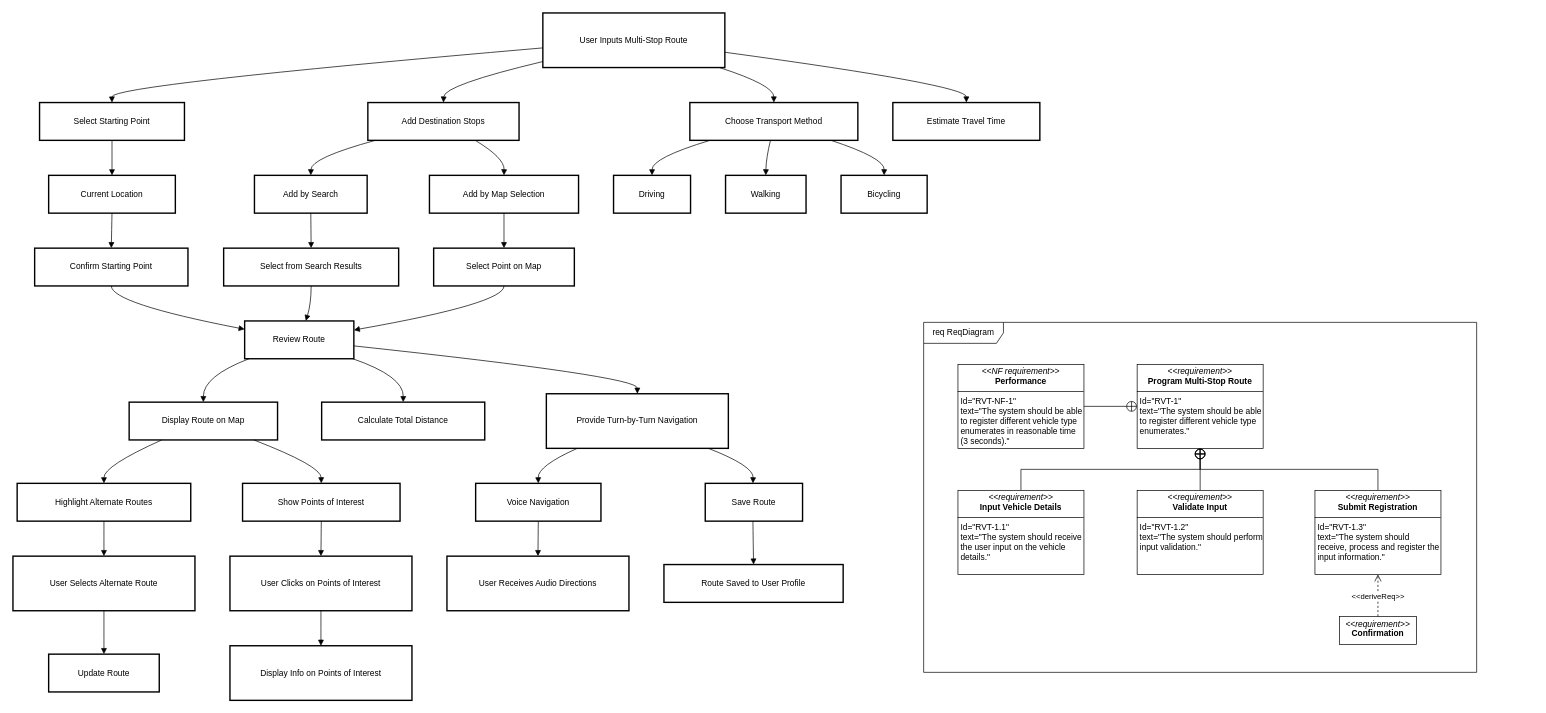
This is Diagrams/Requirement/Lamy/multi-stop route.drawio from luislamy/msp, a draw.io file, before an edit. Source tidied: cells renumbered, new cells numbered last; positions are measured from the earlier drawing's top-left corner, leaving out a move shared by most shapes. Both pictures are drawn from the tidied source at 70%, with x=0, y=0 at pixel (13, 13).
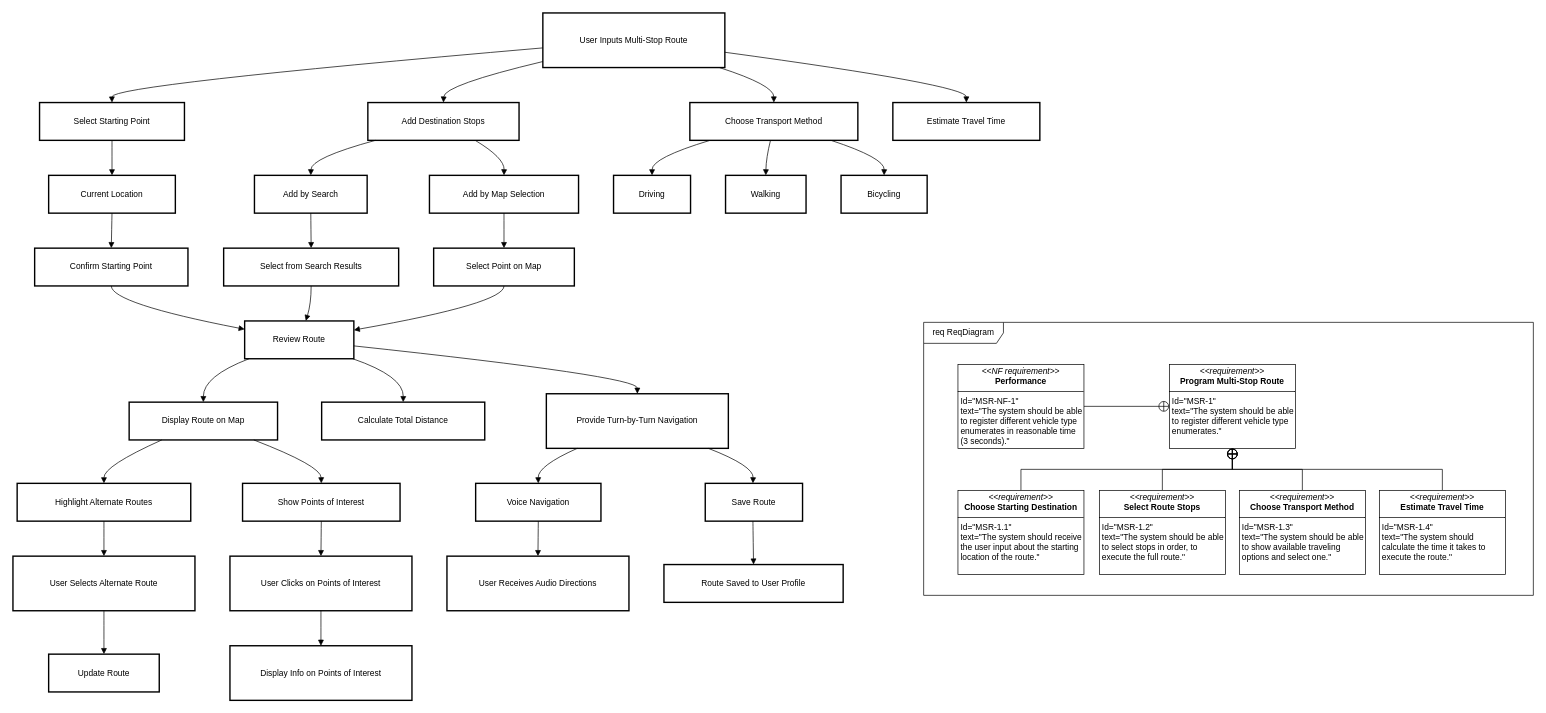
After the change.

The edit, as a diff of the source:
```diff
@@
     <mxCell id="59" value="req ReqDiagram" style="shape=umlFrame;whiteSpace=wrap;html=1;width=114;height=30;" parent="1" vertex="1">
-      <mxGeometry x="1301" y="442" width="790" height="500" as="geometry" />
+      <mxGeometry x="1301" y="442" width="871" height="390" as="geometry" />
     </mxCell>
-    <mxCell id="60" value="&lt;p style=&quot;margin:0px;margin-top:4px;text-align:center;&quot;&gt;&lt;i&gt;&amp;lt;&amp;lt;requirement&amp;gt;&amp;gt;&lt;/i&gt;&lt;br&gt;&lt;b&gt;Program Multi-Stop Route&lt;/b&gt;&lt;/p&gt;&lt;hr size=&quot;1&quot; style=&quot;border-style:solid;&quot;&gt;&lt;p style=&quot;margin:0px;margin-left:4px;&quot;&gt;Id=&quot;RVT-1&quot;&lt;/p&gt;&lt;p style=&quot;margin:0px;margin-left:4px;&quot;&gt;text=&quot;The system should be able to register different vehicle type enumerates.&quot;&lt;/p&gt;" style="verticalAlign=top;align=left;overflow=fill;html=1;whiteSpace=wrap;" parent="1" vertex="1">
-      <mxGeometry x="1606" y="502" width="180" height="120" as="geometry" />
+    <mxCell id="60" value="&lt;p style=&quot;margin:0px;margin-top:4px;text-align:center;&quot;&gt;&lt;i&gt;&amp;lt;&amp;lt;requirement&amp;gt;&amp;gt;&lt;/i&gt;&lt;br&gt;&lt;b&gt;Program Multi-Stop Route&lt;/b&gt;&lt;/p&gt;&lt;hr size=&quot;1&quot; style=&quot;border-style:solid;&quot;&gt;&lt;p style=&quot;margin:0px;margin-left:4px;&quot;&gt;Id=&quot;MSR-1&quot;&lt;/p&gt;&lt;p style=&quot;margin:0px;margin-left:4px;&quot;&gt;text=&quot;The system should be able to register different vehicle type enumerates.&quot;&lt;/p&gt;" style="verticalAlign=top;align=left;overflow=fill;html=1;whiteSpace=wrap;" parent="1" vertex="1">
+      <mxGeometry x="1652" y="502" width="180" height="120" as="geometry" />
     </mxCell>
@@
-    <mxCell id="62" value="&lt;p style=&quot;margin:0px;margin-top:4px;text-align:center;&quot;&gt;&lt;i&gt;&amp;lt;&amp;lt;NF requirement&amp;gt;&amp;gt;&lt;/i&gt;&lt;br&gt;&lt;b&gt;Performance&lt;/b&gt;&lt;/p&gt;&lt;hr size=&quot;1&quot; style=&quot;border-style:solid;&quot;&gt;&lt;p style=&quot;margin:0px;margin-left:4px;&quot;&gt;Id=&quot;RVT-NF-1&quot;&lt;/p&gt;&lt;p style=&quot;margin:0px;margin-left:4px;&quot;&gt;text=&quot;The system should be able to register different vehicle type enumerates in reasonable time (3 seconds).&quot;&lt;/p&gt;" style="verticalAlign=top;align=left;overflow=fill;html=1;whiteSpace=wrap;" parent="1" vertex="1">
+    <mxCell id="62" value="&lt;p style=&quot;margin:0px;margin-top:4px;text-align:center;&quot;&gt;&lt;i&gt;&amp;lt;&amp;lt;NF requirement&amp;gt;&amp;gt;&lt;/i&gt;&lt;br&gt;&lt;b&gt;Performance&lt;/b&gt;&lt;/p&gt;&lt;hr size=&quot;1&quot; style=&quot;border-style:solid;&quot;&gt;&lt;p style=&quot;margin:0px;margin-left:4px;&quot;&gt;Id=&quot;MSR-NF-1&quot;&lt;/p&gt;&lt;p style=&quot;margin:0px;margin-left:4px;&quot;&gt;text=&quot;The system should be able to register different vehicle type enumerates in reasonable time (3 seconds).&quot;&lt;/p&gt;" style="verticalAlign=top;align=left;overflow=fill;html=1;whiteSpace=wrap;" parent="1" vertex="1">
       <mxGeometry x="1350" y="502" width="180" height="120" as="geometry" />
     </mxCell>
@@
-    <mxCell id="64" value="&lt;p style=&quot;margin:0px;margin-top:4px;text-align:center;&quot;&gt;&lt;i&gt;&amp;lt;&amp;lt;requirement&amp;gt;&amp;gt;&lt;/i&gt;&lt;br&gt;&lt;b&gt;Input Vehicle Details&lt;/b&gt;&lt;/p&gt;&lt;hr size=&quot;1&quot; style=&quot;border-style:solid;&quot;&gt;&lt;p style=&quot;margin:0px;margin-left:4px;&quot;&gt;Id=&quot;RVT-1.1&quot;&lt;/p&gt;&lt;p style=&quot;margin:0px;margin-left:4px;&quot;&gt;text=&quot;The system should receive the user input on the vehicle details.&quot;&lt;/p&gt;" style="verticalAlign=top;align=left;overflow=fill;html=1;whiteSpace=wrap;" parent="1" vertex="1">
+    <mxCell id="64" value="&lt;p style=&quot;margin:0px;margin-top:4px;text-align:center;&quot;&gt;&lt;i&gt;&amp;lt;&amp;lt;requirement&amp;gt;&amp;gt;&lt;/i&gt;&lt;br&gt;&lt;b&gt;Choose Starting Destination&lt;/b&gt;&lt;/p&gt;&lt;hr size=&quot;1&quot; style=&quot;border-style:solid;&quot;&gt;&lt;p style=&quot;margin:0px;margin-left:4px;&quot;&gt;Id=&quot;MSR-1.1&quot;&lt;/p&gt;&lt;p style=&quot;margin:0px;margin-left:4px;&quot;&gt;text=&quot;The system should receive the user input about the starting location of the route.&quot;&lt;/p&gt;" style="verticalAlign=top;align=left;overflow=fill;html=1;whiteSpace=wrap;" parent="1" vertex="1">
       <mxGeometry x="1350" y="682" width="180" height="120" as="geometry" />
     </mxCell>
-    <mxCell id="65" style="edgeStyle=orthogonalEdgeStyle;rounded=0;jettySize=auto;html=1;exitX=0.5;exitY=0;exitDx=0;exitDy=0;endArrow=circlePlus;endFill=0;" parent="1" edge="1" source="66">
-      <mxGeometry relative="1" as="geometry">
-        <mxPoint x="1695.7" y="622" as="targetPoint" />
-      </mxGeometry>
+    <mxCell id="65" style="edgeStyle=orthogonalEdgeStyle;rounded=0;jettySize=auto;html=1;exitX=0.5;exitY=0;exitDx=0;exitDy=0;endArrow=circlePlus;endFill=0;entryX=0.5;entryY=1;entryDx=0;entryDy=0;" parent="1" edge="1" source="66" target="60">
+      <mxGeometry relative="1" as="geometry" />
     </mxCell>
-    <mxCell id="66" value="&lt;p style=&quot;margin:0px;margin-top:4px;text-align:center;&quot;&gt;&lt;i&gt;&amp;lt;&amp;lt;requirement&amp;gt;&amp;gt;&lt;/i&gt;&lt;br&gt;&lt;b&gt;Validate Input&lt;/b&gt;&lt;/p&gt;&lt;hr size=&quot;1&quot; style=&quot;border-style:solid;&quot;&gt;&lt;p style=&quot;margin:0px;margin-left:4px;&quot;&gt;Id=&quot;RVT-1.2&quot;&lt;/p&gt;&lt;p style=&quot;margin:0px;margin-left:4px;&quot;&gt;text=&quot;The system should perform input validation.&quot;&lt;/p&gt;" style="verticalAlign=top;align=left;overflow=fill;html=1;whiteSpace=wrap;" parent="1" vertex="1">
-      <mxGeometry x="1606" y="682" width="180" height="120" as="geometry" />
+    <mxCell id="66" value="&lt;p style=&quot;margin:0px;margin-top:4px;text-align:center;&quot;&gt;&lt;i&gt;&amp;lt;&amp;lt;requirement&amp;gt;&amp;gt;&lt;/i&gt;&lt;br&gt;&lt;b&gt;Select Route Stops&lt;/b&gt;&lt;/p&gt;&lt;hr size=&quot;1&quot; style=&quot;border-style:solid;&quot;&gt;&lt;p style=&quot;margin:0px;margin-left:4px;&quot;&gt;Id=&quot;MSR-1.2&quot;&lt;/p&gt;&lt;p style=&quot;margin:0px;margin-left:4px;&quot;&gt;text=&quot;The system should be able to select stops in order, to execute the full route.&quot;&lt;/p&gt;" style="verticalAlign=top;align=left;overflow=fill;html=1;whiteSpace=wrap;" parent="1" vertex="1">
+      <mxGeometry x="1552" y="682" width="180" height="120" as="geometry" />
     </mxCell>
@@
-    <mxCell id="68" value="&lt;p style=&quot;margin:0px;margin-top:4px;text-align:center;&quot;&gt;&lt;i&gt;&amp;lt;&amp;lt;requirement&amp;gt;&amp;gt;&lt;/i&gt;&lt;br&gt;&lt;b&gt;Submit Registration&lt;/b&gt;&lt;/p&gt;&lt;hr size=&quot;1&quot; style=&quot;border-style:solid;&quot;&gt;&lt;p style=&quot;margin:0px;margin-left:4px;&quot;&gt;Id=&quot;RVT-1.3&quot;&lt;/p&gt;&lt;p style=&quot;margin:0px;margin-left:4px;&quot;&gt;text=&quot;The system should receive, process and register the input information.&quot;&lt;/p&gt;" style="verticalAlign=top;align=left;overflow=fill;html=1;whiteSpace=wrap;" parent="1" vertex="1">
-      <mxGeometry x="1860" y="682" width="180" height="120" as="geometry" />
+    <mxCell id="68" value="&lt;p style=&quot;margin:0px;margin-top:4px;text-align:center;&quot;&gt;&lt;i&gt;&amp;lt;&amp;lt;requirement&amp;gt;&amp;gt;&lt;/i&gt;&lt;br&gt;&lt;b&gt;Choose Transport Method&lt;/b&gt;&lt;/p&gt;&lt;hr size=&quot;1&quot; style=&quot;border-style:solid;&quot;&gt;&lt;p style=&quot;margin:0px;margin-left:4px;&quot;&gt;Id=&quot;MSR-1.3&quot;&lt;/p&gt;&lt;p style=&quot;margin:0px;margin-left:4px;&quot;&gt;text=&quot;The system should be able to show available traveling options and select one.&quot;&lt;/p&gt;" style="verticalAlign=top;align=left;overflow=fill;html=1;whiteSpace=wrap;" parent="1" vertex="1">
+      <mxGeometry x="1752" y="682" width="180" height="120" as="geometry" />
     </mxCell>
-    <mxCell id="69" value="&lt;p style=&quot;margin: 4px 0px 0px;&quot;&gt;&lt;i&gt;&amp;lt;&amp;lt;requirement&amp;gt;&amp;gt;&lt;/i&gt;&lt;br&gt;&lt;b&gt;Confirmation&lt;/b&gt;&lt;/p&gt;" style="verticalAlign=middle;align=center;overflow=fill;html=1;whiteSpace=wrap;" parent="1" vertex="1">
-      <mxGeometry x="1895" y="862" width="110" height="40" as="geometry" />
-    </mxCell>
-    <mxCell id="70" value="&amp;lt;&amp;lt;deriveReq&amp;gt;&amp;gt;" style="html=1;verticalAlign=bottom;endArrow=open;dashed=1;endSize=8;curved=0;rounded=0;entryX=0.5;entryY=1;entryDx=0;entryDy=0;exitX=0.5;exitY=0;exitDx=0;exitDy=0;" parent="1" edge="1" source="69" target="68">
-      <mxGeometry x="-0.33" relative="1" as="geometry" />
-    </mxCell>
+    <mxCell id="71" style="edgeStyle=orthogonalEdgeStyle;rounded=0;jettySize=auto;html=1;exitX=0.5;exitY=0;exitDx=0;exitDy=0;entryX=0.5;entryY=1;entryDx=0;entryDy=0;endArrow=circlePlus;endFill=0;" parent="1" edge="1" source="72" target="60">
+      <mxGeometry relative="1" as="geometry" />
+    </mxCell>
+    <mxCell id="72" value="&lt;p style=&quot;margin:0px;margin-top:4px;text-align:center;&quot;&gt;&lt;i&gt;&amp;lt;&amp;lt;requirement&amp;gt;&amp;gt;&lt;/i&gt;&lt;br&gt;&lt;b&gt;Estimate Travel Time&lt;/b&gt;&lt;/p&gt;&lt;hr size=&quot;1&quot; style=&quot;border-style:solid;&quot;&gt;&lt;p style=&quot;margin:0px;margin-left:4px;&quot;&gt;Id=&quot;MSR-1.4&quot;&lt;/p&gt;&lt;p style=&quot;margin:0px;margin-left:4px;&quot;&gt;text=&quot;The system should calculate the time it takes to execute the route.&quot;&lt;/p&gt;" style="verticalAlign=top;align=left;overflow=fill;html=1;whiteSpace=wrap;" parent="1" vertex="1">
+      <mxGeometry x="1952" y="682" width="180" height="120" as="geometry" />
+    </mxCell>
```
